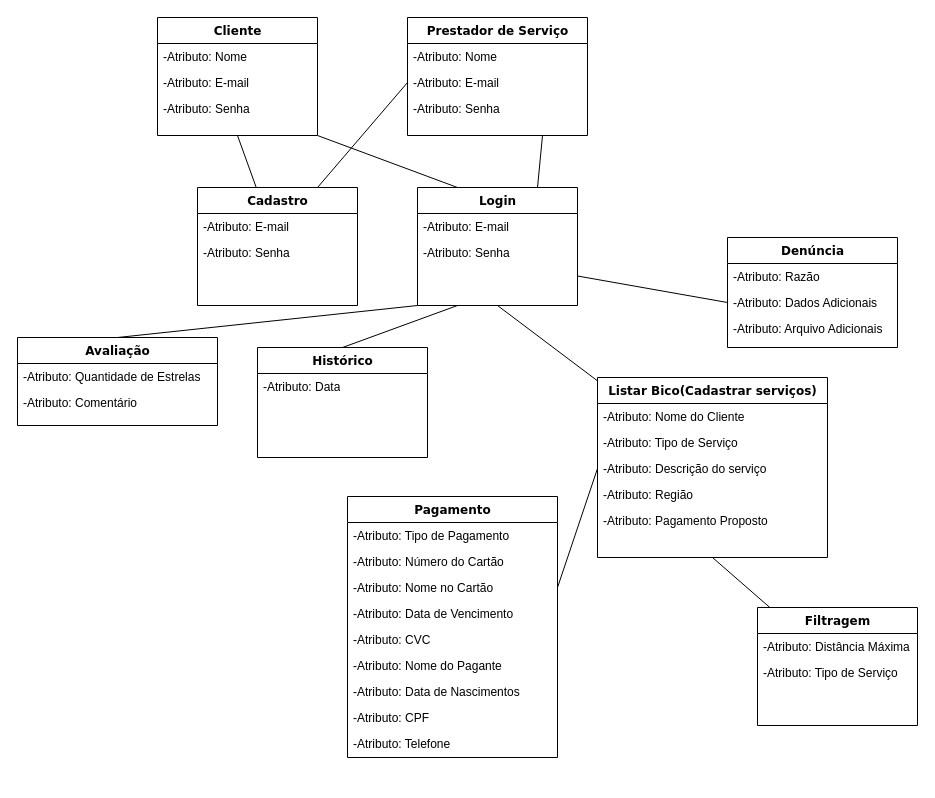
Above: Modelo de Domínio/modelo de dominio.drawio in daikisuga/BICO (draw.io), before the change. Source tidied: cells renumbered, new cells numbered last; positions are measured from the earlier drawing's top-left corner, leaving out a move shared by most shapes. Both pictures are drawn from the tidied source at 100%, with x=0, y=0 at pixel (17, 17).
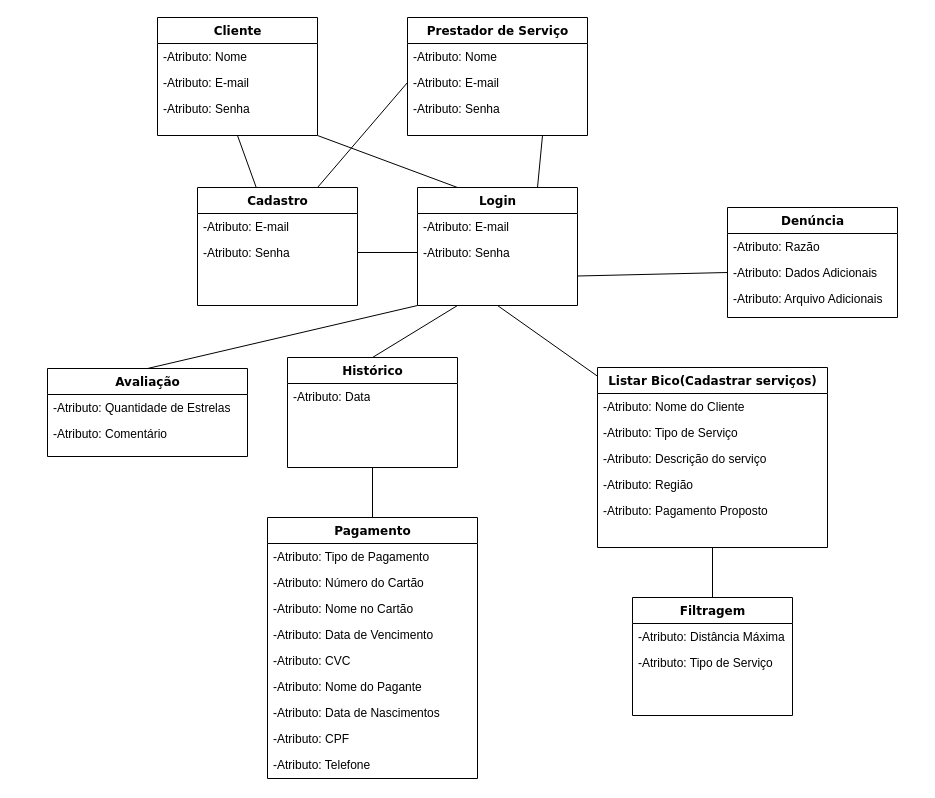
Above is the later version.

The change refers to these unchanged cells:
```xml
<mxCell id="8" value="-Atributo: Senha" style="text;html=1;strokeColor=none;fillColor=none;align=left;verticalAlign=top;spacingLeft=4;spacingRight=4;whiteSpace=wrap;overflow=hidden;points=[[0,0.5],[1,0.5]];portConstraint=eastwest;" parent="6" vertex="1">
  <mxGeometry y="52" width="160" height="26" as="geometry" />
</mxCell>
<mxCell id="11" value="-Atributo: Senha" style="text;html=1;strokeColor=none;fillColor=none;align=left;verticalAlign=top;spacingLeft=4;spacingRight=4;whiteSpace=wrap;overflow=hidden;points=[[0,0.5],[1,0.5]];portConstraint=eastwest;" parent="9" vertex="1">
  <mxGeometry y="52" width="160" height="26" as="geometry" />
</mxCell>
<mxCell id="16" value="-Atributo: Descrição do serviço" style="text;html=1;strokeColor=none;fillColor=none;align=left;verticalAlign=top;spacingLeft=4;spacingRight=4;whiteSpace=wrap;overflow=hidden;points=[[0,0.5],[1,0.5]];portConstraint=eastwest;" parent="13" vertex="1">
  <mxGeometry y="78" width="230" height="26" as="geometry" />
</mxCell>
<mxCell id="26" value="-Atributo: Nome no Cartão" style="text;html=1;strokeColor=none;fillColor=none;align=left;verticalAlign=top;spacingLeft=4;spacingRight=4;whiteSpace=wrap;overflow=hidden;points=[[0,0.5],[1,0.5]];portConstraint=eastwest;" parent="23" vertex="1">
  <mxGeometry y="78" width="210" height="26" as="geometry" />
</mxCell>
```

Diff of the diagram source:
```diff
@@
     <mxCell id="13" value="Listar Bico(Cadastrar serviços)" style="swimlane;html=1;fontStyle=1;align=center;verticalAlign=top;horizontal=1;startSize=26;swimlaneFillColor=#ffffff;rounded=0;shadow=0;comic=0;labelBackgroundColor=none;strokeWidth=1;fillColor=none;fontFamily=Verdana;fontSize=12;" parent="1" vertex="1">
-      <mxGeometry x="580" y="360" width="230" height="180" as="geometry" />
+      <mxGeometry x="580" y="350" width="230" height="180" as="geometry" />
     </mxCell>
@@
     <mxCell id="19" value="Denúncia" style="swimlane;html=1;fontStyle=1;align=center;verticalAlign=top;horizontal=1;startSize=26;swimlaneFillColor=#ffffff;rounded=0;shadow=0;comic=0;labelBackgroundColor=none;strokeWidth=1;fillColor=none;fontFamily=Verdana;fontSize=12;" parent="1" vertex="1">
-      <mxGeometry x="710" y="220" width="170" height="110" as="geometry" />
+      <mxGeometry x="710" y="190" width="170" height="110" as="geometry" />
     </mxCell>
@@
     <mxCell id="23" value="Pagamento" style="swimlane;html=1;fontStyle=1;align=center;verticalAlign=top;horizontal=1;startSize=26;swimlaneFillColor=#ffffff;rounded=0;shadow=0;comic=0;labelBackgroundColor=none;strokeWidth=1;fillColor=none;fontFamily=Verdana;fontSize=12;" parent="1" vertex="1">
-      <mxGeometry x="330" y="479" width="210" height="261" as="geometry" />
+      <mxGeometry x="250" y="500" width="210" height="261" as="geometry" />
     </mxCell>
@@
     <mxCell id="33" value="Avaliação" style="swimlane;html=1;fontStyle=1;align=center;verticalAlign=top;horizontal=1;startSize=26;swimlaneFillColor=#ffffff;rounded=0;shadow=0;comic=0;labelBackgroundColor=none;strokeWidth=1;fillColor=none;fontFamily=Verdana;fontSize=12;" parent="1" vertex="1">
-      <mxGeometry y="320" width="200" height="88" as="geometry" />
+      <mxGeometry x="30" y="351" width="200" height="88" as="geometry" />
     </mxCell>
@@
     <mxCell id="36" value="Filtragem" style="swimlane;html=1;fontStyle=1;align=center;verticalAlign=top;horizontal=1;startSize=26;swimlaneFillColor=#ffffff;rounded=0;shadow=0;comic=0;labelBackgroundColor=none;strokeWidth=1;fillColor=none;fontFamily=Verdana;fontSize=12;" parent="1" vertex="1">
-      <mxGeometry x="740" y="590" width="160" height="118" as="geometry" />
+      <mxGeometry x="615" y="580" width="160" height="118" as="geometry" />
     </mxCell>
@@
-    <mxCell id="50" style="rounded=0;jettySize=auto;html=1;exitX=0;exitY=0.5;exitDx=0;exitDy=0;entryX=1;entryY=0.5;entryDx=0;entryDy=0;endArrow=none;endFill=0;" parent="1" edge="1" source="16" target="26">
-      <mxGeometry relative="1" as="geometry" />
-    </mxCell>
@@
+    <mxCell id="54" style="edgeStyle=none;rounded=0;jettySize=auto;html=1;exitX=0.5;exitY=1;exitDx=0;exitDy=0;entryX=0.5;entryY=0;entryDx=0;entryDy=0;endArrow=none;endFill=0;" parent="1" edge="1" source="52" target="23">
+      <mxGeometry relative="1" as="geometry" />
+    </mxCell>
     <mxCell id="52" value="Histórico" style="swimlane;html=1;fontStyle=1;align=center;verticalAlign=top;horizontal=1;startSize=26;swimlaneFillColor=#ffffff;rounded=0;shadow=0;comic=0;labelBackgroundColor=none;strokeWidth=1;fillColor=none;fontFamily=Verdana;fontSize=12;" parent="1" vertex="1">
-      <mxGeometry x="240" y="330" width="170" height="110" as="geometry" />
+      <mxGeometry x="270" y="340" width="170" height="110" as="geometry" />
     </mxCell>
@@
+    <mxCell id="55" style="edgeStyle=none;rounded=0;jettySize=auto;html=1;exitX=1;exitY=0.5;exitDx=0;exitDy=0;entryX=0;entryY=0.5;entryDx=0;entryDy=0;endArrow=none;endFill=0;" parent="1" edge="1" source="11" target="8">
+      <mxGeometry relative="1" as="geometry" />
+    </mxCell>
```
